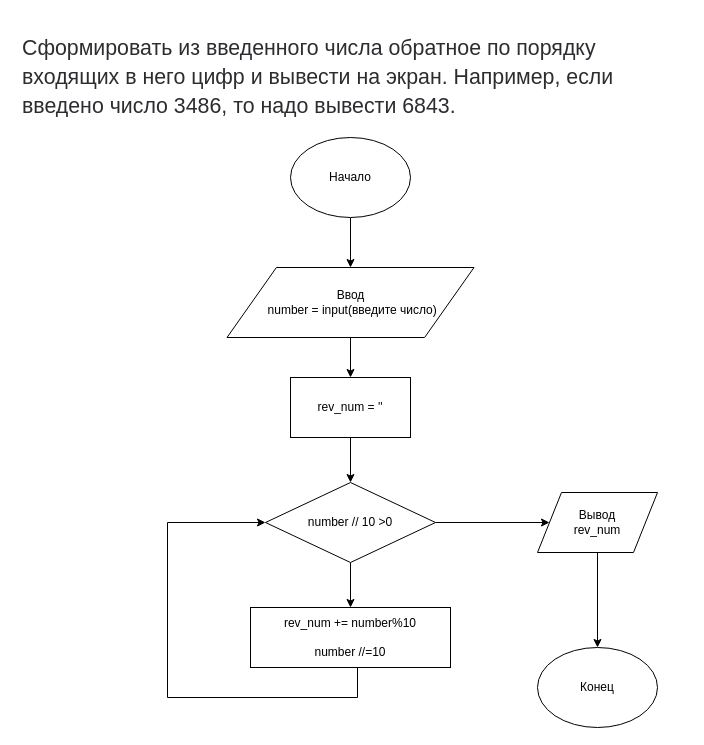
Earlier version of the draw.io diagram page "Tak 2-3" (2 of 4) of Task2.drawio (alexfadin/python). Source tidied: cells renumbered, new cells numbered last; positions are measured from the earlier drawing's top-left corner, leaving out a move shared by most shapes. Both pictures are drawn from the tidied source at 100%, with x=0, y=0 at pixel (17, 27).
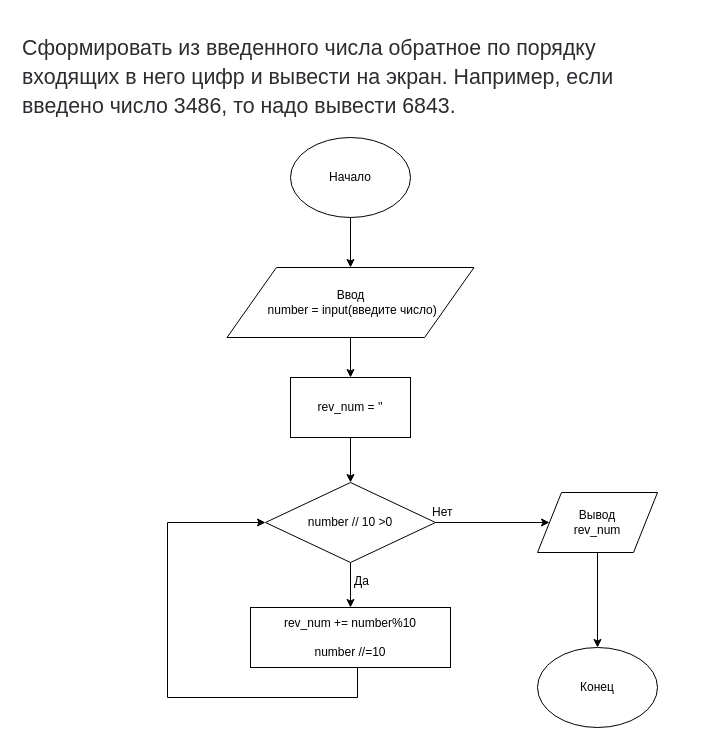
Above is the later version.

Change to the diagram source:
```diff
@@
+    <mxCell id="17" value="Да" style="text;html=1;align=left;verticalAlign=top;spacingTop=-4;" parent="1" vertex="1">
+      <mxGeometry x="335" y="544" width="30" height="20" as="geometry" />
+    </mxCell>
+    <mxCell id="18" value="Нет" style="text;html=1;align=left;verticalAlign=top;spacingTop=-4;" parent="1" vertex="1">
+      <mxGeometry x="413" y="475" width="40" height="20" as="geometry" />
+    </mxCell>
```
